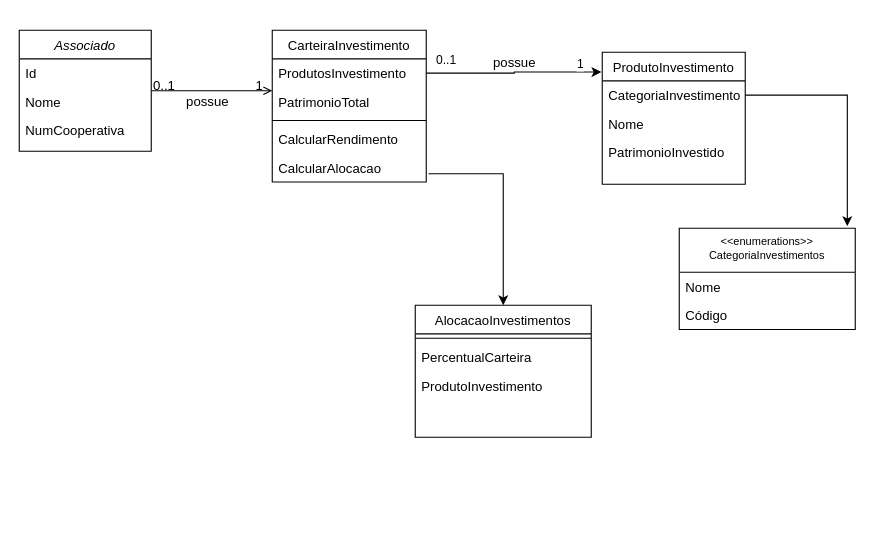
Before: Untitled Diagram.drawio in Youre95/scp, a draw.io diagram. Source tidied: cells renumbered, new cells numbered last; positions are measured from the earlier drawing's top-left corner, leaving out a move shared by most shapes. Both pictures are drawn from the tidied source at 110%, with x=0, y=0 at pixel (19, 30).
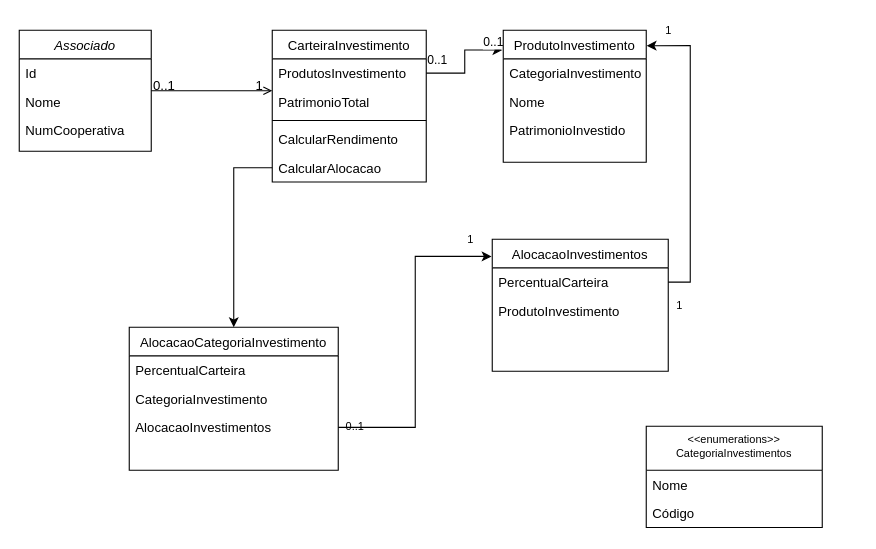
Above is the later version.

Unchanged cells that the change refers to:
```xml
<mxCell id="2" style="endArrow=open;shadow=0;strokeWidth=1;rounded=0;endFill=1;edgeStyle=elbowEdgeStyle;elbow=vertical;" parent="1" edge="1" source="10" target="23">
  <mxGeometry x="0.5" y="41" relative="1" as="geometry">
    <mxPoint x="-40" y="32" as="offset" />
  </mxGeometry>
</mxCell>
<mxCell id="7" style="edgeStyle=orthogonalEdgeStyle;rounded=0;jettySize=auto;html=1;entryX=-0.006;entryY=0.15;entryDx=0;entryDy=0;entryPerimeter=0;" parent="1" edge="1" source="24" target="29">
  <mxGeometry relative="1" as="geometry" />
</mxCell>
<mxCell id="28" value="CalcularAlocacao" style="text;align=left;verticalAlign=top;spacingLeft=4;spacingRight=4;overflow=hidden;points=[[0,0.5],[1,0.5]];portConstraint=eastwest;" parent="23" vertex="1">
  <mxGeometry y="112" width="140" height="26" as="geometry" />
</mxCell>
<mxCell id="30" value="CategoriaInvestimento" style="text;align=left;verticalAlign=top;spacingLeft=4;spacingRight=4;overflow=hidden;points=[[0,0.5],[1,0.5]];portConstraint=eastwest;rounded=0;shadow=0;html=0;" parent="29" vertex="1">
  <mxGeometry y="26" width="130" height="26" as="geometry" />
</mxCell>
```

Change to the diagram source:
```diff
@@
-    <mxCell id="5" value="possue" style="text;html=1;align=center;verticalAlign=middle;labelBackgroundColor=none;rounded=0;shadow=0;strokeWidth=1;fontSize=12;" parent="2" vertex="1">
-      <mxGeometry x="0.5" y="49" relative="1" as="geometry">
-        <mxPoint x="-32.8" y="58.9" as="offset" />
-      </mxGeometry>
-    </mxCell>
-    <mxCell id="6" style="edgeStyle=orthogonalEdgeStyle;rounded=0;jettySize=auto;html=1;exitX=1.015;exitY=0.71;exitDx=0;exitDy=0;exitPerimeter=0;" parent="1" edge="1" source="28" target="19">
+    <mxCell id="6" style="edgeStyle=orthogonalEdgeStyle;rounded=0;jettySize=auto;html=1;exitX=0;exitY=0.5;exitDx=0;exitDy=0;" parent="1" edge="1" source="28" target="35">
       <mxGeometry relative="1" as="geometry" />
     </mxCell>
@@
-    <mxCell id="9" value="1" style="edgeLabel;html=1;align=center;verticalAlign=middle;" parent="7" vertex="1">
+    <mxCell id="9" value="0..1" style="edgeLabel;html=1;align=center;verticalAlign=middle;" parent="7" vertex="1">
       <mxGeometry x="0.75" y="3" relative="1" as="geometry">
-        <mxPoint y="-4.4" as="offset" />
+        <mxPoint x="2.3" y="-5" as="offset" />
       </mxGeometry>
     </mxCell>
@@
-    <mxCell id="14" value="possue" style="text;html=1;align=center;verticalAlign=middle;" parent="1" vertex="1">
-      <mxGeometry x="420" y="20" width="60" height="20" as="geometry" />
-    </mxCell>
-    <mxCell id="15" value="&lt;&lt;enumerations&gt;&gt;&#10;CategoriaInvestimentos&#10;" style="swimlane;fontStyle=0;align=center;verticalAlign=top;horizontal=1;startSize=40;fontSize=10;" parent="1" vertex="1">
-      <mxGeometry x="600" y="180" width="160" height="92" as="geometry" />
-    </mxCell>
-    <mxCell id="16" value="Nome" style="text;align=left;verticalAlign=top;spacingLeft=4;spacingRight=4;overflow=hidden;" parent="15" vertex="1">
-      <mxGeometry y="40" width="160" height="26" as="geometry" />
-    </mxCell>
-    <mxCell id="17" value="Código" style="text;align=left;verticalAlign=top;spacingLeft=4;spacingRight=4;overflow=hidden;" parent="15" vertex="1">
-      <mxGeometry y="66" width="160" height="26" as="geometry" />
-    </mxCell>
-    <mxCell id="18" style="edgeStyle=orthogonalEdgeStyle;rounded=0;jettySize=auto;html=1;entryX=0.955;entryY=-0.021;entryDx=0;entryDy=0;fontSize=10;entryPerimeter=0;" parent="1" edge="1" source="30" target="15">
-      <mxGeometry relative="1" as="geometry" />
-    </mxCell>
-    <mxCell id="19" value="AlocacaoInvestimentos" style="swimlane;fontStyle=0;align=center;verticalAlign=top;horizontal=1;startSize=26;rounded=0;shadow=0;strokeWidth=1;" parent="1" vertex="1">
-      <mxGeometry x="360" y="250" width="160" height="120" as="geometry" />
-    </mxCell>
-    <mxCell id="20" style="line;html=1;strokeWidth=1;align=left;verticalAlign=middle;spacingTop=-1;spacingLeft=3;spacingRight=3;labelPosition=right;" parent="19" vertex="1">
-      <mxGeometry y="26" width="160" height="8" as="geometry" />
-    </mxCell>
-    <mxCell id="21" value="PercentualCarteira" style="text;align=left;verticalAlign=top;spacingLeft=4;spacingRight=4;overflow=hidden;points=[[0,0.5],[1,0.5]];portConstraint=eastwest;" parent="19" vertex="1">
-      <mxGeometry y="34" width="160" height="26" as="geometry" />
-    </mxCell>
-    <mxCell id="22" value="ProdutoInvestimento" style="text;align=left;verticalAlign=top;spacingLeft=4;spacingRight=4;overflow=hidden;" parent="19" vertex="1">
-      <mxGeometry y="60" width="160" height="26" as="geometry" />
-    </mxCell>
@@
+    <mxCell id="33" style="edgeStyle=orthogonalEdgeStyle;rounded=0;jettySize=auto;html=1;fontSize=10;entryX=-0.004;entryY=0.13;entryDx=0;entryDy=0;entryPerimeter=0;" parent="1" edge="1" source="38" target="19">
+      <mxGeometry relative="1" as="geometry" />
+    </mxCell>
+    <mxCell id="15" value="&lt;&lt;enumerations&gt;&gt;&#10;CategoriaInvestimentos&#10;" style="swimlane;fontStyle=0;align=center;verticalAlign=top;horizontal=1;startSize=40;fontSize=10;" parent="1" vertex="1">
+      <mxGeometry x="570" y="360" width="160" height="92" as="geometry" />
+    </mxCell>
+    <mxCell id="16" value="Nome" style="text;align=left;verticalAlign=top;spacingLeft=4;spacingRight=4;overflow=hidden;" parent="15" vertex="1">
+      <mxGeometry y="40" width="160" height="26" as="geometry" />
+    </mxCell>
+    <mxCell id="17" value="Código" style="text;align=left;verticalAlign=top;spacingLeft=4;spacingRight=4;overflow=hidden;" parent="15" vertex="1">
+      <mxGeometry y="66" width="160" height="26" as="geometry" />
+    </mxCell>
+    <mxCell id="34" style="edgeStyle=orthogonalEdgeStyle;rounded=0;jettySize=auto;html=1;entryX=1.003;entryY=0.117;entryDx=0;entryDy=0;entryPerimeter=0;fontSize=10;exitX=1;exitY=0.5;exitDx=0;exitDy=0;" parent="1" edge="1" source="21" target="29">
+      <mxGeometry relative="1" as="geometry" />
+    </mxCell>
+    <mxCell id="35" value="AlocacaoCategoriaInvestimento" style="swimlane;fontStyle=0;align=center;verticalAlign=top;horizontal=1;startSize=26;rounded=0;shadow=0;strokeWidth=1;" parent="1" vertex="1">
+      <mxGeometry x="100" y="270" width="190" height="130" as="geometry" />
+    </mxCell>
+    <mxCell id="36" value="PercentualCarteira" style="text;align=left;verticalAlign=top;spacingLeft=4;spacingRight=4;overflow=hidden;" parent="35" vertex="1">
+      <mxGeometry y="26" width="190" height="26" as="geometry" />
+    </mxCell>
+    <mxCell id="37" value="CategoriaInvestimento" style="text;align=left;verticalAlign=top;spacingLeft=4;spacingRight=4;overflow=hidden;" parent="35" vertex="1">
+      <mxGeometry y="52" width="190" height="26" as="geometry" />
+    </mxCell>
+    <mxCell id="38" value="AlocacaoInvestimentos" style="text;align=left;verticalAlign=top;spacingLeft=4;spacingRight=4;overflow=hidden;points=[[0,0.5],[1,0.5]];portConstraint=eastwest;" parent="35" vertex="1">
+      <mxGeometry y="78" width="190" height="26" as="geometry" />
+    </mxCell>
     <mxCell id="29" value="ProdutoInvestimento" style="swimlane;fontStyle=0;align=center;verticalAlign=top;horizontal=1;startSize=26;rounded=0;shadow=0;strokeWidth=1;" parent="1" vertex="1">
-      <mxGeometry x="530" y="20" width="130" height="120" as="geometry" />
+      <mxGeometry x="440" width="130" height="120" as="geometry" />
     </mxCell>
@@
+    <mxCell id="19" value="AlocacaoInvestimentos" style="swimlane;fontStyle=0;align=center;verticalAlign=top;horizontal=1;startSize=26;rounded=0;shadow=0;strokeWidth=1;" parent="1" vertex="1">
+      <mxGeometry x="430" y="190" width="160" height="120" as="geometry" />
+    </mxCell>
+    <mxCell id="21" value="PercentualCarteira" style="text;align=left;verticalAlign=top;spacingLeft=4;spacingRight=4;overflow=hidden;points=[[0,0.5],[1,0.5]];portConstraint=eastwest;" parent="19" vertex="1">
+      <mxGeometry y="26" width="160" height="26" as="geometry" />
+    </mxCell>
+    <mxCell id="22" value="ProdutoInvestimento" style="text;align=left;verticalAlign=top;spacingLeft=4;spacingRight=4;overflow=hidden;" parent="19" vertex="1">
+      <mxGeometry y="52" width="160" height="26" as="geometry" />
+    </mxCell>
+    <mxCell id="39" value="&lt;div&gt;1&lt;/div&gt;" style="text;html=1;align=center;verticalAlign=middle;fontSize=10;" parent="1" vertex="1">
+      <mxGeometry x="590" y="240" width="20" height="20" as="geometry" />
+    </mxCell>
+    <mxCell id="40" value="&lt;div&gt;1&lt;/div&gt;" style="text;html=1;align=center;verticalAlign=middle;fontSize=10;" parent="1" vertex="1">
+      <mxGeometry x="580" y="-10" width="20" height="20" as="geometry" />
+    </mxCell>
+    <mxCell id="41" value="0..1" style="text;html=1;align=center;verticalAlign=middle;fontSize=10;" parent="1" vertex="1">
+      <mxGeometry x="290" y="350" width="30" height="20" as="geometry" />
+    </mxCell>
+    <mxCell id="42" value="1" style="text;html=1;align=center;verticalAlign=middle;fontSize=10;" parent="1" vertex="1">
+      <mxGeometry x="400" y="180" width="20" height="20" as="geometry" />
+    </mxCell>
```
